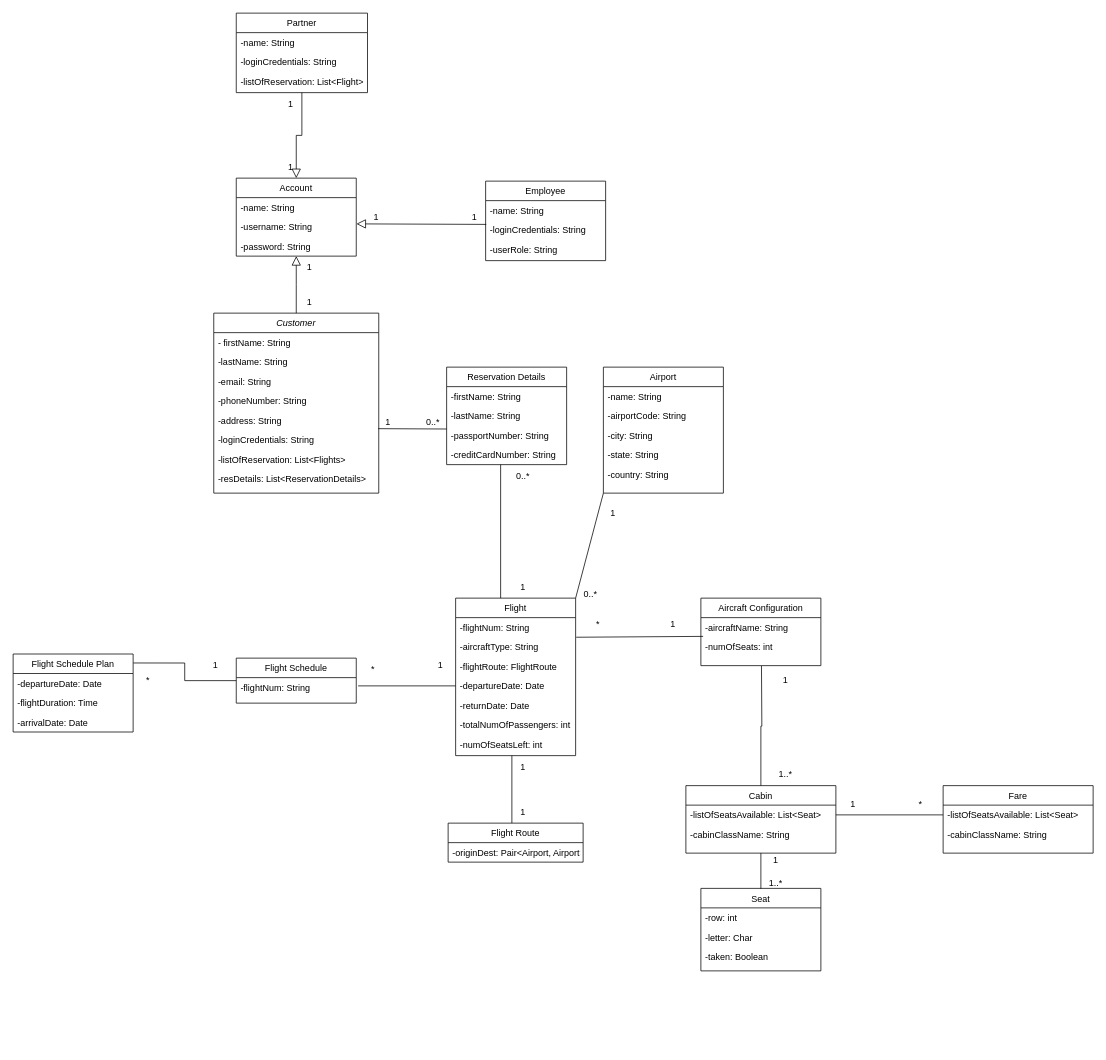
The draw.io diagram Untitled Diagram.drawio in glennquah/Flight-Enterprise-System, before the edit. Source tidied: cells renumbered, new cells numbered last; positions are measured from the earlier drawing's top-left corner, leaving out a move shared by most shapes. Both pictures are drawn from the tidied source at 75%, with x=0, y=0 at pixel (13, 13).
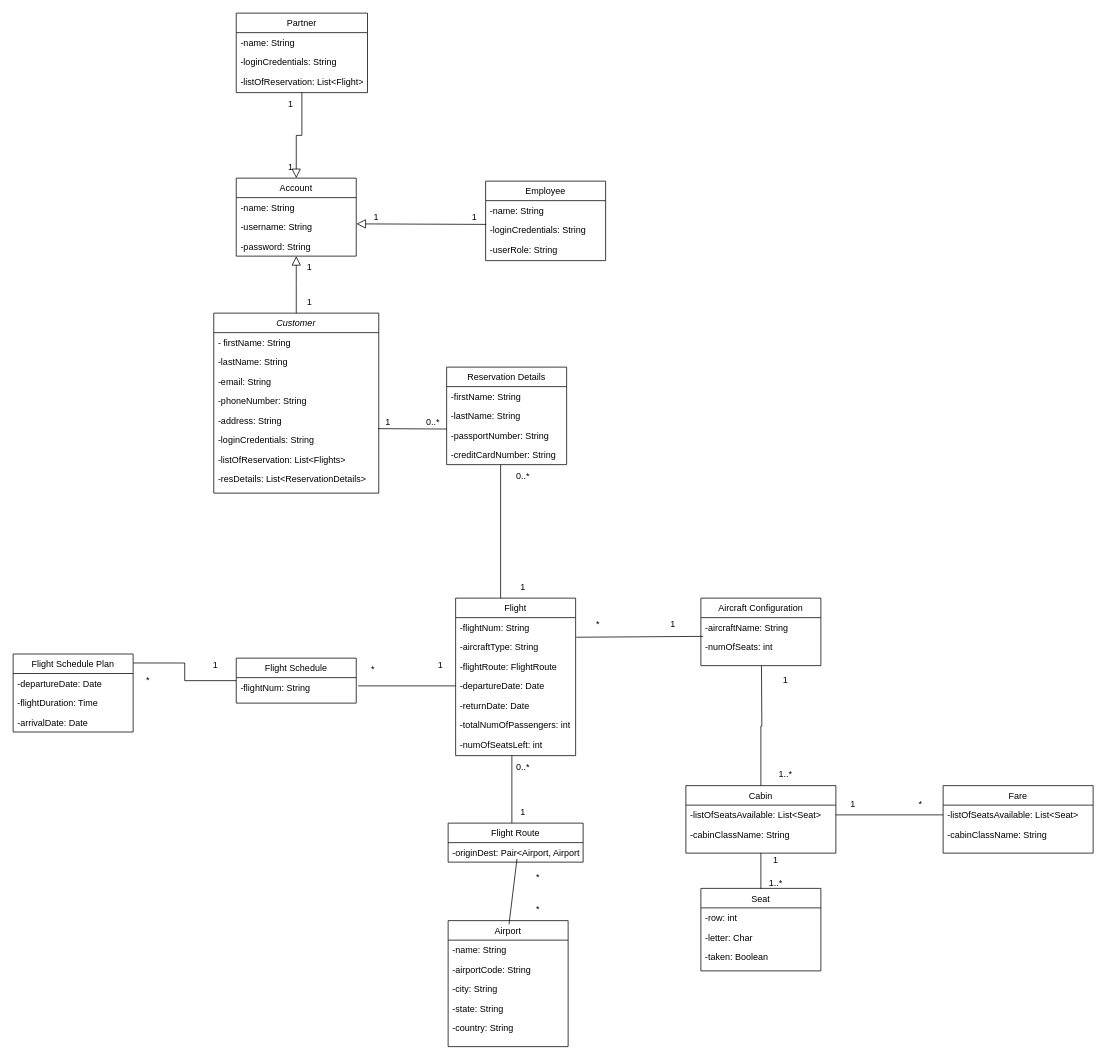
Above is the later version.

The change refers to these unchanged cells:
```xml
<mxCell id="11" value="Flight" style="swimlane;fontStyle=0;align=center;verticalAlign=top;horizontal=1;startSize=26;rounded=0;shadow=0;strokeWidth=1;" parent="1" vertex="1">
  <mxGeometry x="590" y="780" width="160" height="210" as="geometry" />
</mxCell>
<mxCell id="49" value="-originDest: Pair&lt;Airport, Airport&gt;" style="text;align=left;verticalAlign=top;spacingLeft=4;spacingRight=4;overflow=hidden;points=[[0,0.5],[1,0.5]];portConstraint=eastwest;" parent="48" vertex="1">
  <mxGeometry y="26" width="180" height="26" as="geometry" />
</mxCell>
```

What changed in the source:
```diff
@@
-    <mxCell id="50" value="1" style="text;html=1;strokeColor=none;fillColor=none;align=center;verticalAlign=middle;whiteSpace=wrap;rounded=0;" parent="1" vertex="1">
+    <mxCell id="50" value="0..*" style="text;html=1;strokeColor=none;fillColor=none;align=center;verticalAlign=middle;whiteSpace=wrap;rounded=0;" parent="1" vertex="1">
       <mxGeometry x="650" y="990" width="60" height="30" as="geometry" />
     </mxCell>
@@
     <mxCell id="74" value="Airport" style="swimlane;fontStyle=0;align=center;verticalAlign=top;horizontal=1;startSize=26;rounded=0;shadow=0;strokeWidth=1;" parent="1" vertex="1">
-      <mxGeometry x="787" y="472" width="160" height="168" as="geometry" />
+      <mxGeometry x="580" y="1210" width="160" height="168" as="geometry" />
     </mxCell>
@@
-    <mxCell id="80" style="endArrow=none;html=1;rounded=0;entryX=0;entryY=1;entryDx=0;entryDy=0;exitX=1;exitY=0;exitDx=0;exitDy=0;" parent="1" edge="1" source="11" target="74">
+    <mxCell id="80" style="endArrow=none;html=1;rounded=0;entryX=-0.147;entryY=1.164;entryDx=0;entryDy=0;exitX=0.51;exitY=0.84;exitDx=0;exitDy=0;exitPerimeter=0;entryPerimeter=0;" parent="1" edge="1" source="49" target="82">
       <mxGeometry relative="1" as="geometry" />
     </mxCell>
-    <mxCell id="81" value="1" style="text;html=1;strokeColor=none;fillColor=none;align=center;verticalAlign=middle;whiteSpace=wrap;rounded=0;" parent="1" vertex="1">
-      <mxGeometry x="770" y="652" width="60" height="30" as="geometry" />
+    <mxCell id="81" value="*" style="text;html=1;strokeColor=none;fillColor=none;align=center;verticalAlign=middle;whiteSpace=wrap;rounded=0;" parent="1" vertex="1">
+      <mxGeometry x="670" y="1137" width="60" height="30" as="geometry" />
     </mxCell>
-    <mxCell id="82" value="0..*" style="text;html=1;strokeColor=none;fillColor=none;align=center;verticalAlign=middle;whiteSpace=wrap;rounded=0;" parent="1" vertex="1">
-      <mxGeometry x="740" y="760" width="60" height="30" as="geometry" />
+    <mxCell id="82" value="*" style="text;html=1;strokeColor=none;fillColor=none;align=center;verticalAlign=middle;whiteSpace=wrap;rounded=0;" parent="1" vertex="1">
+      <mxGeometry x="670" y="1180" width="60" height="30" as="geometry" />
     </mxCell>
```
